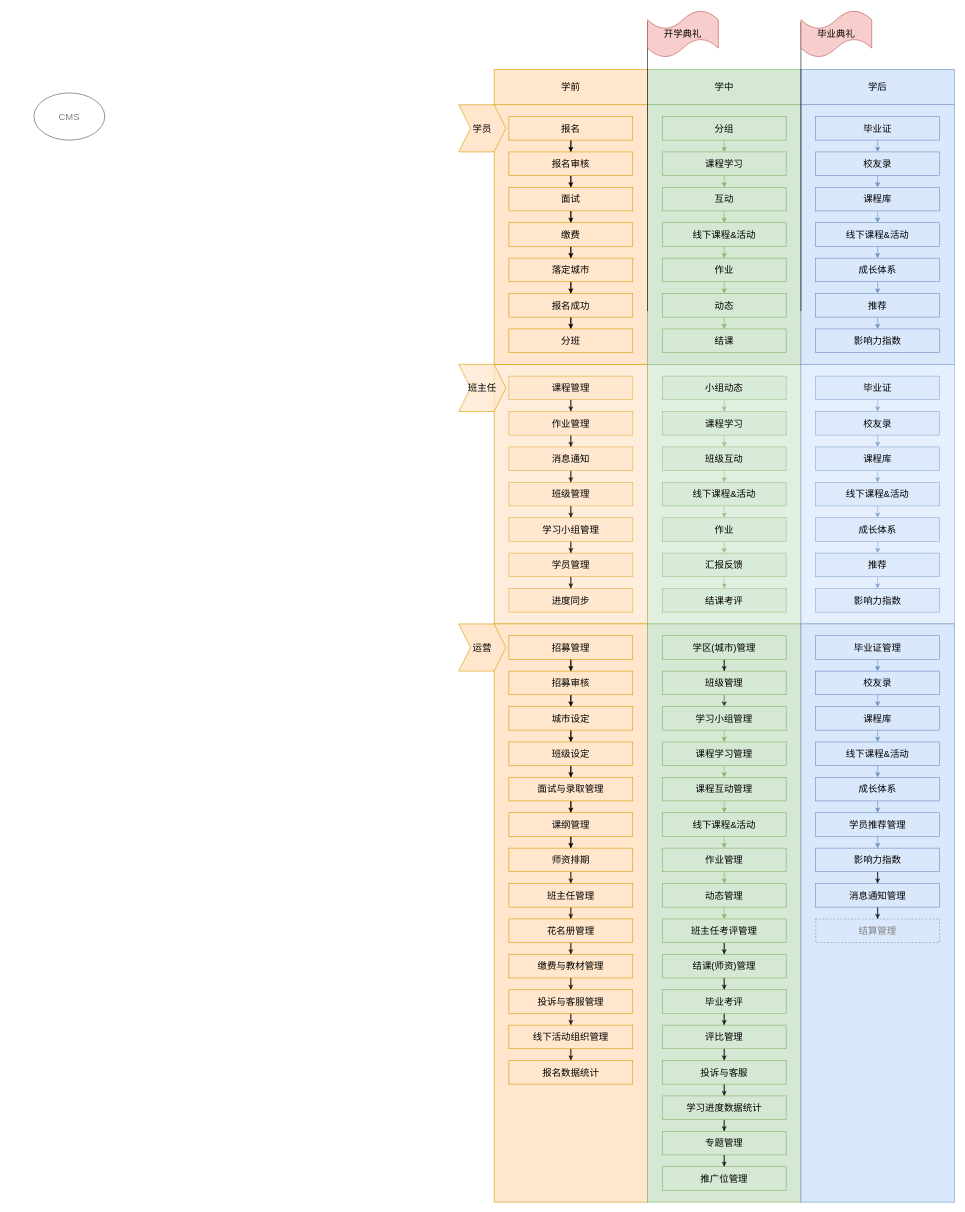
HunkJia/HUNK keeps this draw.io diagram as DDdaxue.drawio. Above is the earlier version. Source tidied: cells renumbered, new cells numbered last; positions are measured from the earlier drawing's top-left corner, leaving out a move shared by most shapes. Both pictures are drawn from the tidied source at 59%, with x=0, y=0 at pixel (34, 10).
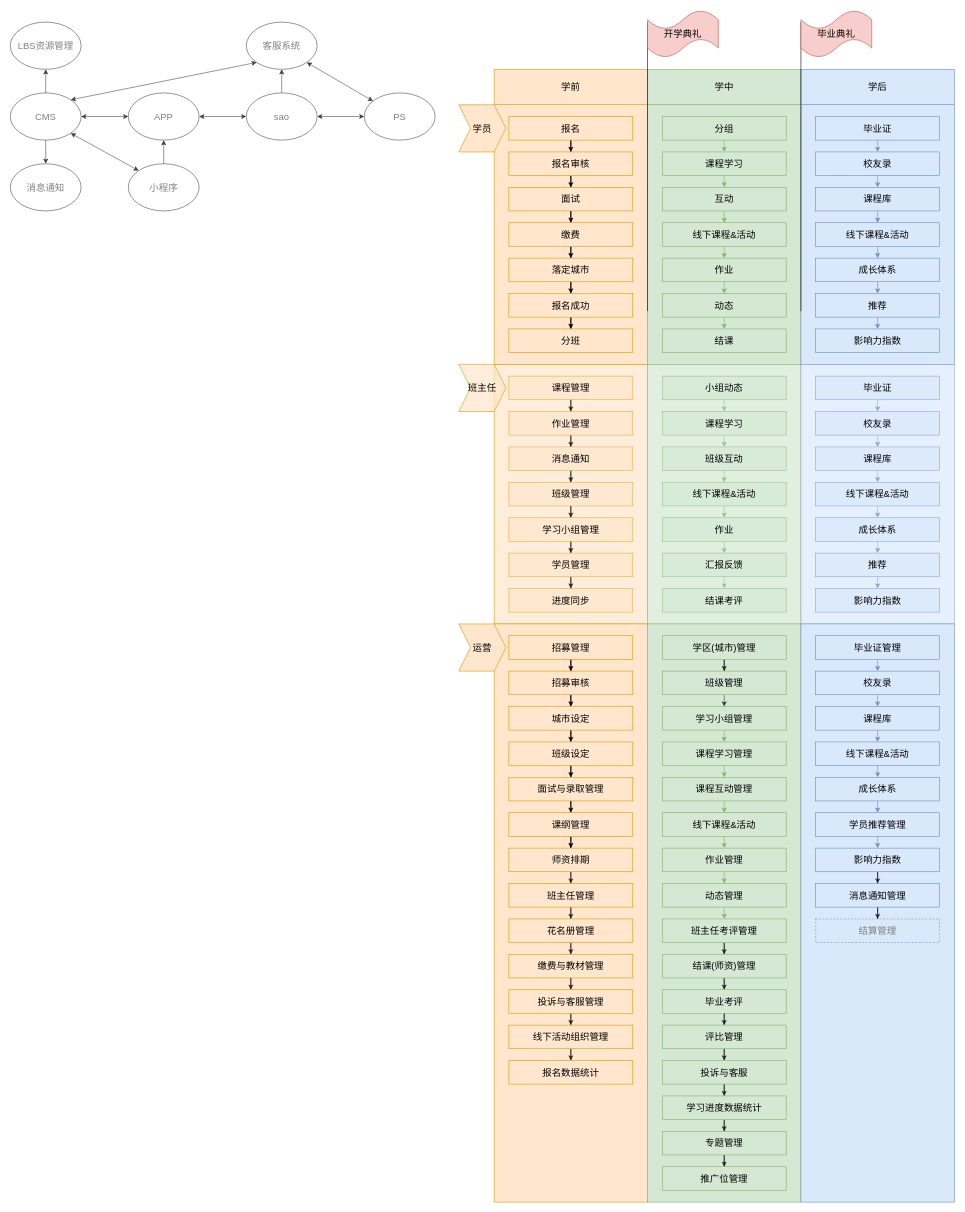
Above is the later version.

Diff of the diagram source:
```diff
@@
+    <mxCell id="173" style="edgeStyle=orthogonalEdgeStyle;rounded=0;jettySize=auto;html=1;fontSize=16;fontColor=#808080;opacity=70;startArrow=classic;startFill=1;" parent="1" edge="1" source="172" target="178">
+      <mxGeometry relative="1" as="geometry" />
+    </mxCell>
+    <mxCell id="174" style="edgeStyle=orthogonalEdgeStyle;rounded=0;jettySize=auto;html=1;startArrow=none;startFill=0;fontSize=16;fontColor=#808080;opacity=70;" parent="1" edge="1" source="172" target="177">
+      <mxGeometry relative="1" as="geometry" />
+    </mxCell>
+    <mxCell id="175" style="edgeStyle=orthogonalEdgeStyle;rounded=0;jettySize=auto;html=1;startArrow=none;startFill=0;fontSize=16;fontColor=#808080;opacity=70;" parent="1" edge="1" source="172" target="176">
+      <mxGeometry relative="1" as="geometry" />
+    </mxCell>
     <mxCell id="172" value="CMS" style="ellipse;whiteSpace=wrap;html=1;fontSize=16;fontColor=#808080;opacity=70;" parent="1" vertex="1">
-      <mxGeometry y="140" width="120" height="80" as="geometry" />
+      <mxGeometry x="-40" y="140" width="120" height="80" as="geometry" />
     </mxCell>
+    <mxCell id="176" value="LBS资源管理" style="ellipse;whiteSpace=wrap;html=1;fontSize=16;fontColor=#808080;opacity=70;" parent="1" vertex="1">
+      <mxGeometry x="-40" y="20" width="120" height="80" as="geometry" />
+    </mxCell>
+    <mxCell id="177" value="消息通知" style="ellipse;whiteSpace=wrap;html=1;fontSize=16;fontColor=#808080;opacity=70;" parent="1" vertex="1">
+      <mxGeometry x="-40" y="260" width="120" height="80" as="geometry" />
+    </mxCell>
+    <mxCell id="178" value="APP" style="ellipse;whiteSpace=wrap;html=1;fontSize=16;fontColor=#808080;opacity=70;" parent="1" vertex="1">
+      <mxGeometry x="160" y="140" width="120" height="80" as="geometry" />
+    </mxCell>
+    <mxCell id="179" style="edgeStyle=orthogonalEdgeStyle;rounded=0;jettySize=auto;html=1;fontSize=16;fontColor=#808080;opacity=70;startArrow=classic;startFill=1;" parent="1" edge="1" source="182" target="178">
+      <mxGeometry relative="1" as="geometry" />
+    </mxCell>
+    <mxCell id="180" style="edgeStyle=orthogonalEdgeStyle;rounded=0;jettySize=auto;html=1;fontSize=16;fontColor=#808080;opacity=70;startArrow=classic;startFill=1;" parent="1" edge="1" source="182" target="184">
+      <mxGeometry relative="1" as="geometry" />
+    </mxCell>
+    <mxCell id="181" style="edgeStyle=orthogonalEdgeStyle;rounded=0;jettySize=auto;html=1;fontSize=16;fontColor=#808080;opacity=70;" parent="1" edge="1" source="182" target="183">
+      <mxGeometry relative="1" as="geometry" />
+    </mxCell>
+    <mxCell id="182" value="sao" style="ellipse;whiteSpace=wrap;html=1;fontSize=16;fontColor=#808080;opacity=70;" parent="1" vertex="1">
+      <mxGeometry x="360" y="140" width="120" height="80" as="geometry" />
+    </mxCell>
+    <mxCell id="183" value="客服系统" style="ellipse;whiteSpace=wrap;html=1;fontSize=16;fontColor=#808080;opacity=70;" parent="1" vertex="1">
+      <mxGeometry x="360" y="20" width="120" height="80" as="geometry" />
+    </mxCell>
+    <mxCell id="184" value="PS" style="ellipse;whiteSpace=wrap;html=1;fontSize=16;fontColor=#808080;opacity=70;" parent="1" vertex="1">
+      <mxGeometry x="560" y="140" width="120" height="80" as="geometry" />
+    </mxCell>
+    <mxCell id="185" style="edgeStyle=orthogonalEdgeStyle;rounded=0;jettySize=auto;html=1;startArrow=none;startFill=0;fontSize=16;fontColor=#808080;opacity=70;" parent="1" edge="1" source="186" target="178">
+      <mxGeometry relative="1" as="geometry" />
+    </mxCell>
+    <mxCell id="186" value="小程序" style="ellipse;whiteSpace=wrap;html=1;fontSize=16;fontColor=#808080;opacity=70;" parent="1" vertex="1">
+      <mxGeometry x="160" y="260" width="120" height="80" as="geometry" />
+    </mxCell>
+    <mxCell id="187" style="endArrow=classic;startArrow=classic;html=1;fontSize=16;fontColor=#808080;opacity=70;exitX=1;exitY=1;exitDx=0;exitDy=0;" parent="1" edge="1" source="183" target="184">
+      <mxGeometry relative="1" as="geometry" />
+    </mxCell>
+    <mxCell id="188" style="endArrow=classic;startArrow=classic;html=1;fontSize=16;fontColor=#808080;opacity=70;exitX=1;exitY=1;exitDx=0;exitDy=0;entryX=0;entryY=0;entryDx=0;entryDy=0;" parent="1" edge="1" source="172" target="186">
+      <mxGeometry relative="1" as="geometry" />
+    </mxCell>
+    <mxCell id="189" style="endArrow=classic;startArrow=classic;html=1;fontSize=16;fontColor=#808080;opacity=70;exitX=1;exitY=0;exitDx=0;exitDy=0;entryX=0;entryY=1;entryDx=0;entryDy=0;" parent="1" edge="1" source="172" target="183">
+      <mxGeometry relative="1" as="geometry" />
+    </mxCell>
```
